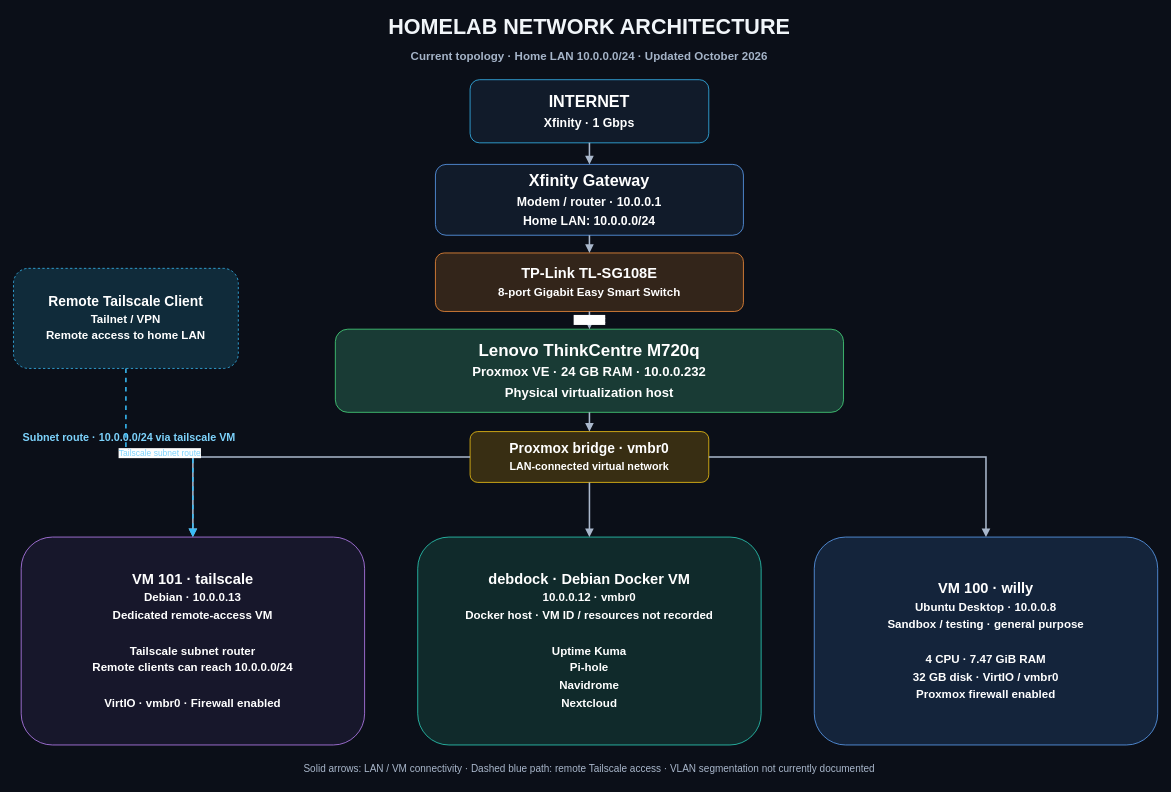
JoeyWillis024/infrastructure-lab- keeps this draw.io diagram as architecture/homelab-network-diagram-fixed.drawio. Above is the earlier version. Source tidied: cells renumbered, new cells numbered last; positions are measured from the earlier drawing's top-left corner, leaving out a move shared by most shapes. Both pictures are drawn from the tidied source at 77%, with x=0, y=0 at pixel (13, 14).
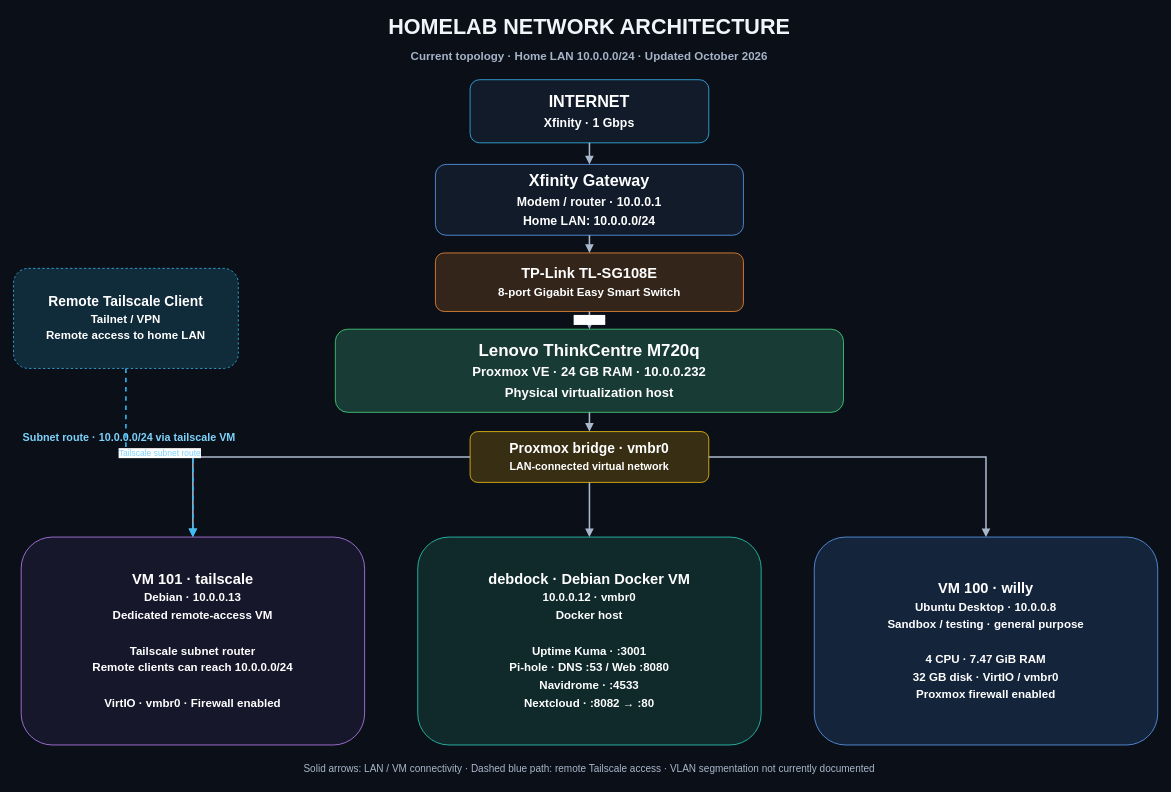
After the change.

Commit message (it also covers changes not shown here):
Update debdock diagram with service ports

Change to the diagram source:
```diff
@@
-    <mxCell id="10" value="debdock · Debian Docker VM&lt;br&gt;&lt;font style=&quot;font-size:15px;&quot;&gt;10.0.0.12 · vmbr0&lt;br&gt;Docker host · VM ID / resources not recorded&lt;br&gt;&lt;br&gt;Uptime Kuma&lt;br&gt;Pi-hole&lt;br&gt;Navidrome&lt;br&gt;Nextcloud&lt;/font&gt;" style="rounded=1;whiteSpace=wrap;html=1;fillColor=#102a2b;strokeColor=#2dd4bf;fontColor=#ffffff;fontSize=19;fontStyle=1;spacing=12;" parent="1" vertex="1">
+    <mxCell id="10" value="debdock · Debian Docker VM&lt;br&gt;&lt;font style=&quot;font-size:15px;&quot;&gt;10.0.0.12 · vmbr0&lt;br&gt;Docker host&lt;br&gt;&lt;br&gt;Uptime Kuma · :3001&lt;br&gt;Pi-hole · DNS :53 / Web :8080&lt;br&gt;Navidrome · :4533&lt;br&gt;Nextcloud · :8082 → :80&lt;/font&gt;" style="rounded=1;whiteSpace=wrap;html=1;fillColor=#102a2b;strokeColor=#2dd4bf;fontColor=#ffffff;fontSize=19;fontStyle=1;spacing=12;" parent="1" vertex="1">
       <mxGeometry x="525" y="679" width="446" height="270" as="geometry" />
     </mxCell>
```
